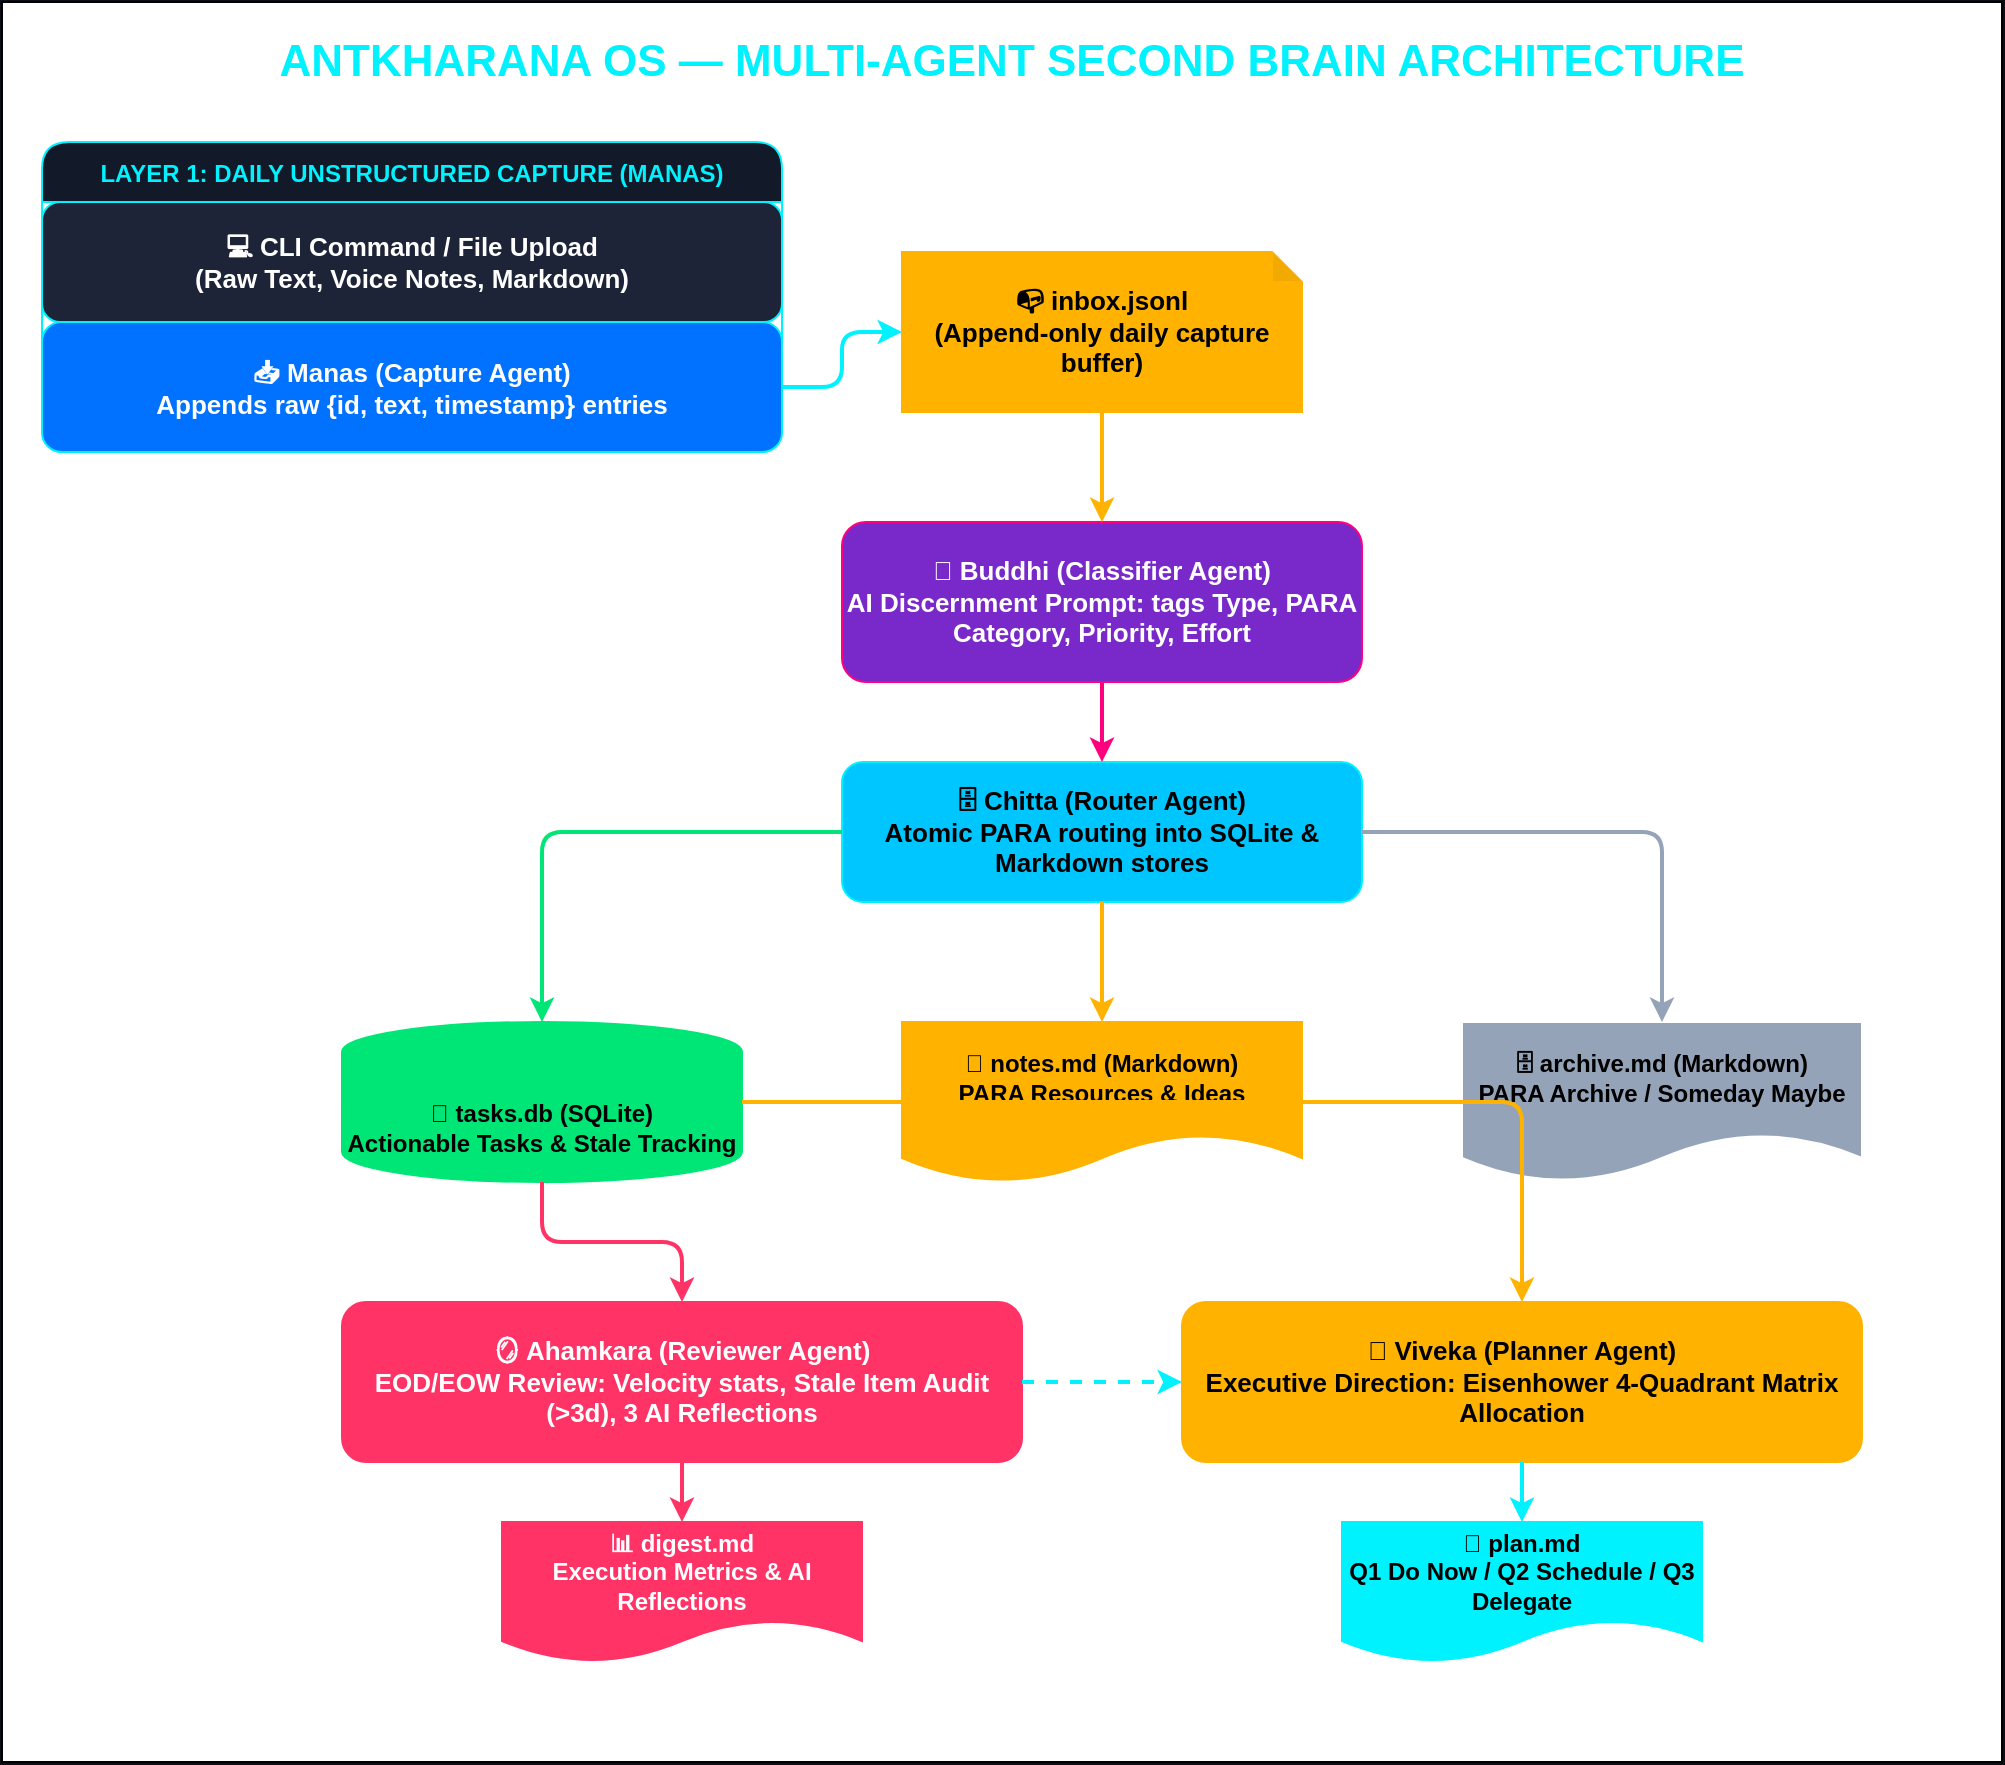
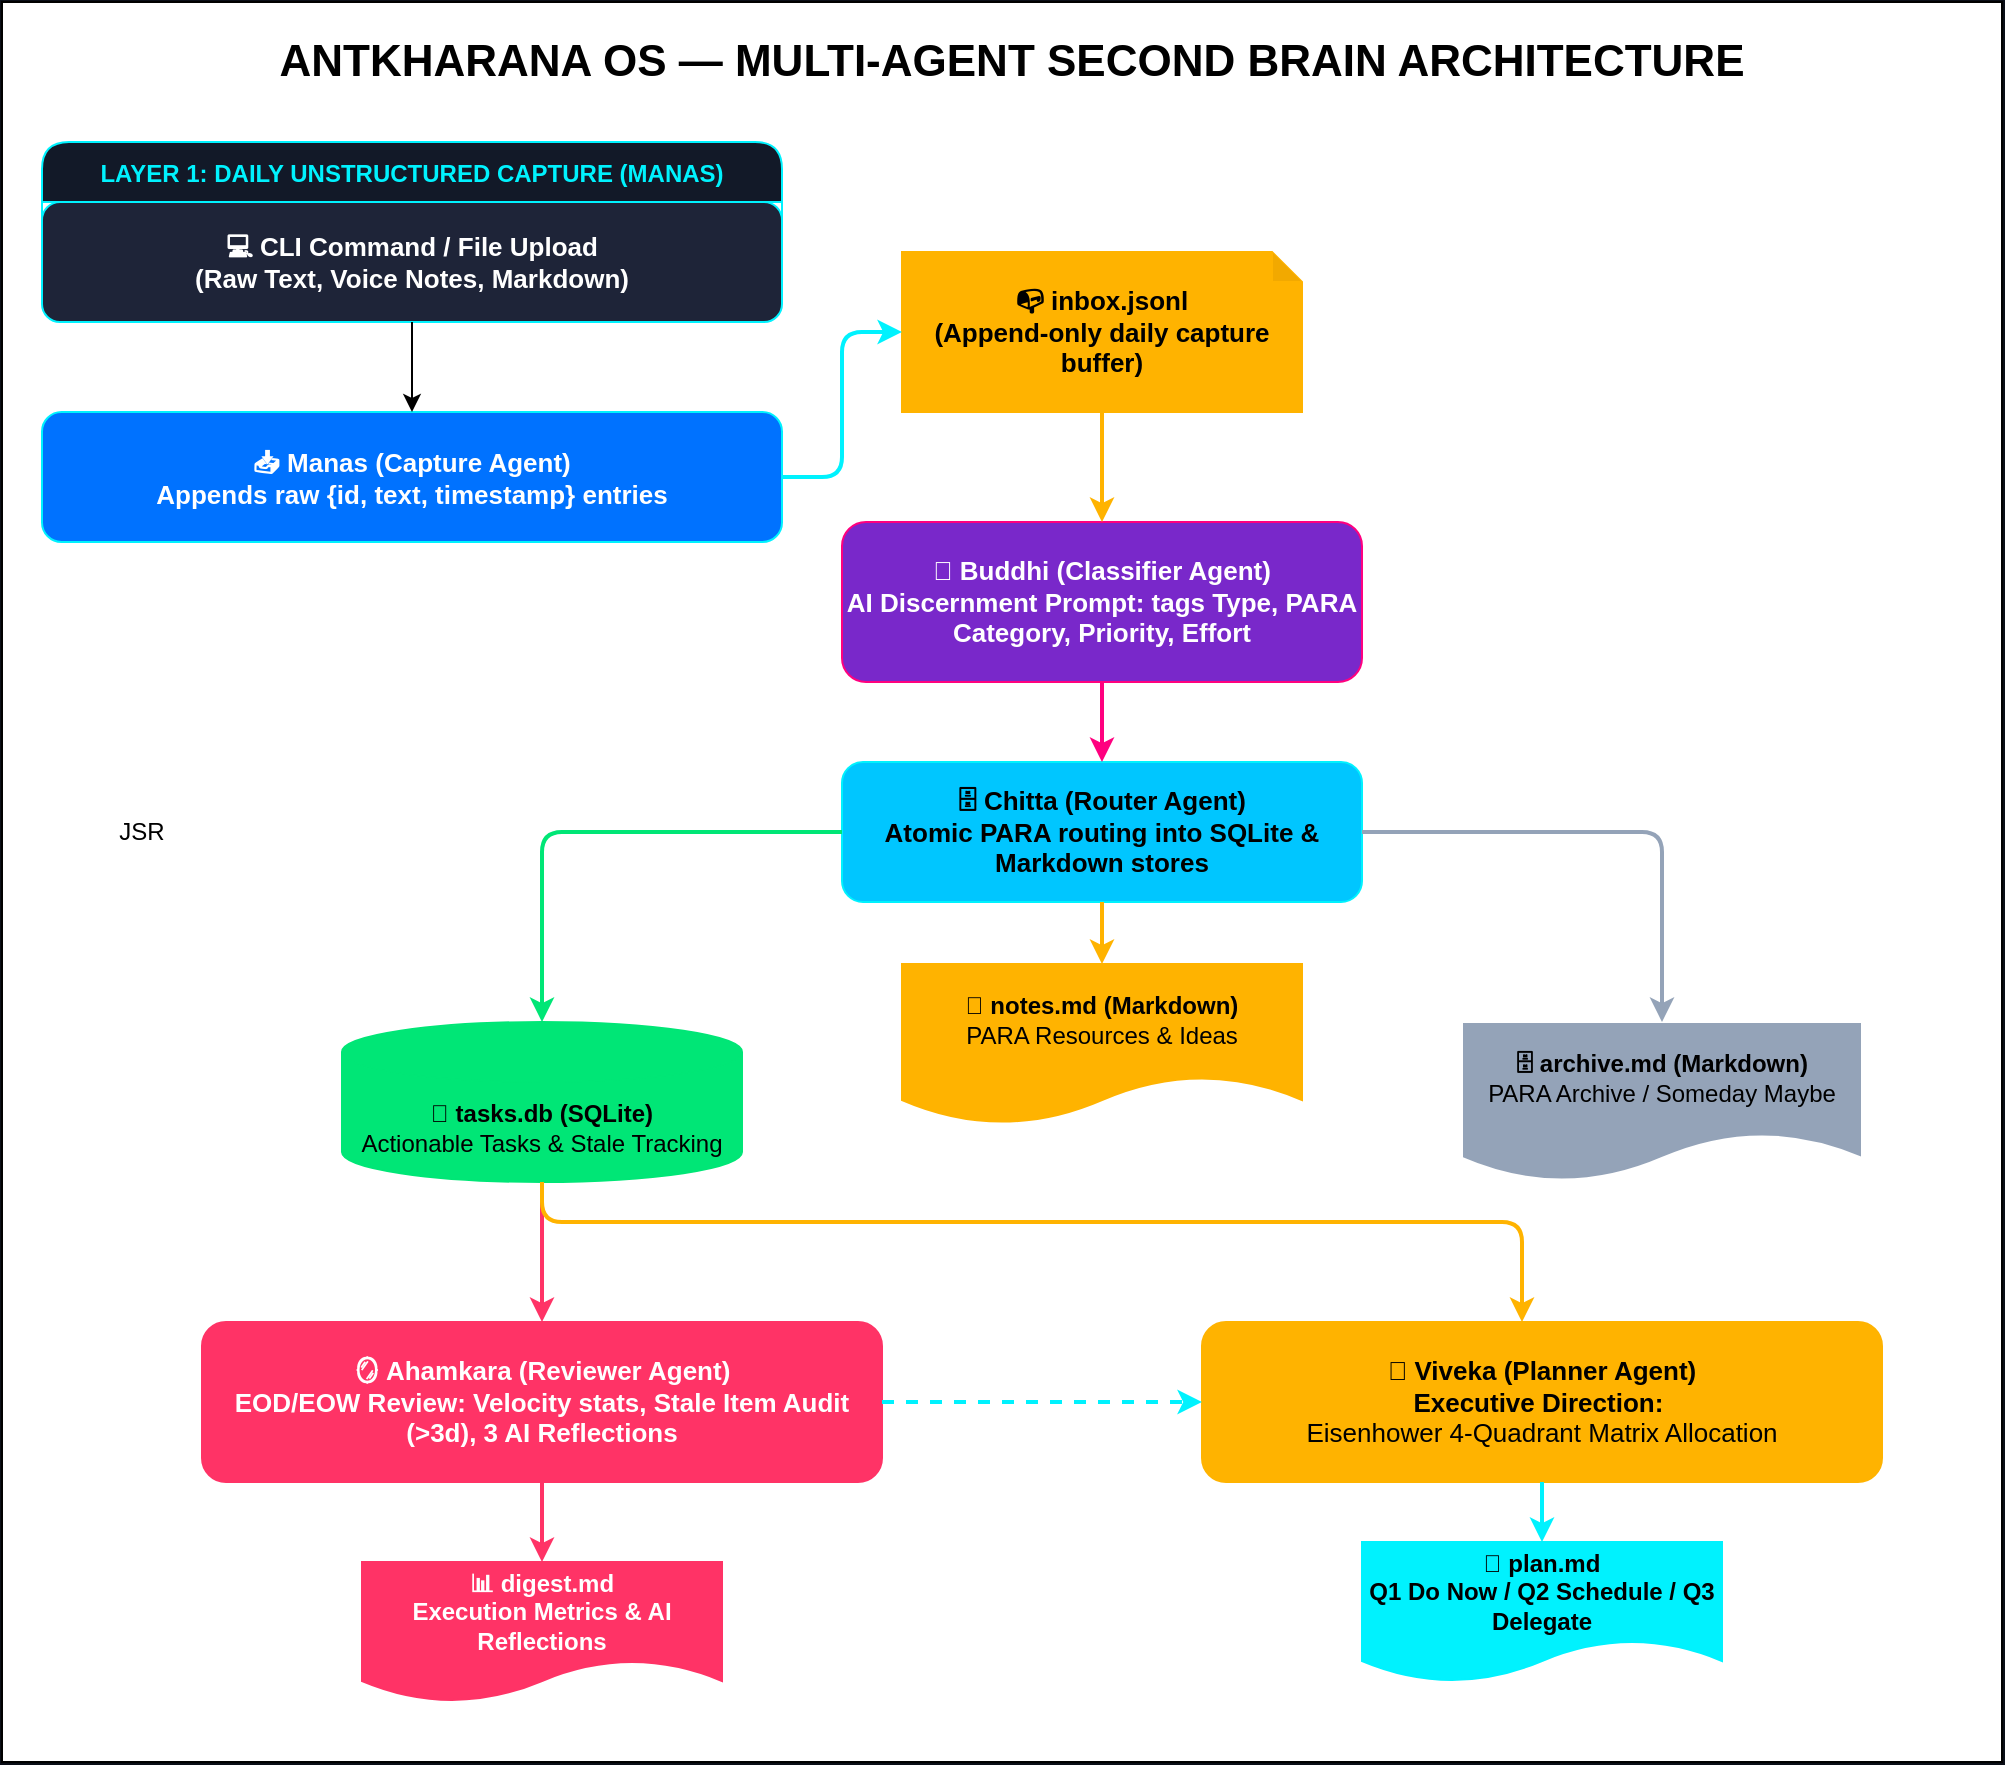
<mxfile host="Electron" agent="Mozilla/5.0 (Windows NT 10.0; Win64; x64) AppleWebKit/537.36 (KHTML, like Gecko) draw.io/29.6.6 Chrome/144.0.7559.236 Electron/40.8.4 Safari/537.36" version="29.6.6" pages="2">
  <diagram id="antahkarana-arch" name="Antahkarana OS Architecture">
-     <mxGraphModel dx="2778" dy="989" grid="1" gridSize="10" guides="1" tooltips="1" connect="1" arrows="1" fold="1" page="1" pageScale="1" pageWidth="1100" pageHeight="850" background="#0A0E17" math="0" shadow="0">
+     <mxGraphModel dx="2396" dy="765" grid="1" gridSize="10" guides="1" tooltips="1" connect="1" arrows="1" fold="1" page="1" pageScale="1" pageWidth="1100" pageHeight="850" background="#0A0E17" math="0" shadow="0">
      <root>
        <mxCell id="0" />
        <mxCell id="1" parent="0" />
        <mxCell id="qKIEYmAijlH-G3ZelBZ_-1" parent="1" style="rounded=0;whiteSpace=wrap;html=1;" value="" vertex="1">
          <mxGeometry height="880" width="1000" x="-50" y="10" as="geometry" />
        </mxCell>
-         <mxCell id="title" parent="1" style="text;html=1;strokeColor=none;fillColor=none;align=center;verticalAlign=middle;whiteSpace=wrap;rounded=0;fontSize=22;fontStyle=1;fontColor=#00F2FE;" value="ANTKHARANA OS — MULTI-AGENT SECOND BRAIN ARCHITECTURE" vertex="1">
+         <mxCell id="title" parent="1" style="text;html=1;strokeColor=none;fillColor=none;align=center;verticalAlign=middle;whiteSpace=wrap;rounded=0;fontSize=22;fontStyle=1;fontColor=#00F2FE;" value="&lt;font style=&quot;color: rgb(0, 0, 0);&quot;&gt;ANTKHARANA OS — MULTI-AGENT SECOND BRAIN ARCHITECTURE&lt;/font&gt;" vertex="1">
          <mxGeometry height="40" width="890" x="10" y="20" as="geometry" />
        </mxCell>
        <mxCell id="layer1" parent="1" style="swimlane;fontStyle=1;childLayout=stackLayout;horizontal=1;startSize=30;horizontalStack=0;resizeParent=1;resizeParentMax=0;resizeLast=0;collapsible=0;marginBottom=0;fillColor=#121928;strokeColor=#00F2FE;fontColor=#00F2FE;rounded=1;" value="LAYER 1: DAILY UNSTRUCTURED CAPTURE (MANAS)" vertex="1">
-           <mxGeometry height="155" width="370" x="-30" y="80" as="geometry" />
+           <mxGeometry height="90" width="370" x="-30" y="80" as="geometry" />
        </mxCell>
        <mxCell id="input_cli" parent="layer1" style="rounded=1;whiteSpace=wrap;html=1;fillColor=#1E2438;strokeColor=#00F2FE;fontColor=#FFFFFF;fontSize=13;fontStyle=1;" value="💻 CLI Command / File Upload&#xa;(Raw Text, Voice Notes, Markdown)" vertex="1">
          <mxGeometry height="60" width="370" y="30" as="geometry" />
        </mxCell>
-         <mxCell id="agent_manas" parent="layer1" style="rounded=1;whiteSpace=wrap;html=1;fillColor=#0072FF;strokeColor=#00F2FE;fontColor=#FFFFFF;fontSize=13;fontStyle=1;" value="📥 Manas (Capture Agent)&#xa;Appends raw {id, text, timestamp} entries" vertex="1">
-           <mxGeometry height="65" width="370" y="90" as="geometry" />
-         </mxCell>
        <mxCell id="inbox_store" parent="1" style="shape=note;whiteSpace=wrap;html=1;backgroundOutline=1;darkOpacity=0.05;fillColor=#FFB300;strokeColor=#FFB300;fontColor=#000000;fontSize=13;fontStyle=1;size=15;" value="📭 inbox.jsonl&#xa;(Append-only daily capture buffer)" vertex="1">
          <mxGeometry height="80" width="200" x="400" y="135" as="geometry" />
        </mxCell>
        <mxCell id="agent_buddhi" parent="1" style="rounded=1;whiteSpace=wrap;html=1;fillColor=#7928CA;strokeColor=#FF007F;fontColor=#FFFFFF;fontSize=13;fontStyle=1;" value="🧠 Buddhi (Classifier Agent)&#xa;AI Discernment Prompt: tags Type, PARA Category, Priority, Effort" vertex="1">
          <mxGeometry height="80" width="260" x="370" y="270" as="geometry" />
        </mxCell>
        <mxCell id="agent_chitta" parent="1" style="rounded=1;whiteSpace=wrap;html=1;fillColor=#00C6FF;strokeColor=#00F2FE;fontColor=#000000;fontSize=13;fontStyle=1;" value="🗄️ Chitta (Router Agent)&#xa;Atomic PARA routing into SQLite &amp; Markdown stores" vertex="1">
          <mxGeometry height="70" width="260" x="370" y="390" as="geometry" />
        </mxCell>
-         <mxCell id="store_tasks" parent="1" style="shape=cylinder3;whiteSpace=wrap;html=1;boundedLbl=1;backgroundOutline=1;size=15;fillColor=#00E676;strokeColor=#00E676;fontColor=#000000;fontSize=12;fontStyle=1;" value="📁 tasks.db (SQLite)&#xa;Actionable Tasks &amp; Stale Tracking" vertex="1">
+         <mxCell id="store_tasks" parent="1" style="shape=cylinder3;whiteSpace=wrap;html=1;boundedLbl=1;backgroundOutline=1;size=15;fillColor=#00E676;strokeColor=#00E676;fontColor=#000000;fontSize=12;fontStyle=1;" value="📁 tasks.db (SQLite)&lt;br&gt;&lt;span style=&quot;font-weight: normal;&quot;&gt;Actionable Tasks &amp;amp; Stale Tracking&lt;/span&gt;" vertex="1">
          <mxGeometry height="80" width="200" x="120" y="520" as="geometry" />
        </mxCell>
-         <mxCell id="store_notes" parent="1" style="shape=document;whiteSpace=wrap;html=1;boundedLbl=1;fillColor=#FFB300;strokeColor=#FFB300;fontColor=#000000;fontSize=12;fontStyle=1;" value="📓 notes.md (Markdown)&#xa;PARA Resources &amp; Ideas" vertex="1">
-           <mxGeometry height="80" width="200" x="400" y="520" as="geometry" />
-         </mxCell>
-         <mxCell id="store_archive" parent="1" style="shape=document;whiteSpace=wrap;html=1;boundedLbl=1;fillColor=#94A3B8;strokeColor=#FFFFFF;fontColor=#000000;fontSize=12;fontStyle=1;" value="🗄️ archive.md (Markdown)&#xa;PARA Archive / Someday Maybe" vertex="1">
+         <mxCell id="store_notes" parent="1" style="shape=document;whiteSpace=wrap;html=1;boundedLbl=1;fillColor=#FFB300;strokeColor=#FFB300;fontColor=#000000;fontSize=12;fontStyle=1;" value="📓 notes.md (Markdown)&lt;br&gt;&lt;span style=&quot;font-weight: normal;&quot;&gt;PARA Resources &amp;amp; Ideas&lt;/span&gt;" vertex="1">
+           <mxGeometry height="80" width="200" x="400" y="491" as="geometry" />
+         </mxCell>
+         <mxCell id="store_archive" parent="1" style="shape=document;whiteSpace=wrap;html=1;boundedLbl=1;fillColor=#94A3B8;strokeColor=#FFFFFF;fontColor=#000000;fontSize=12;fontStyle=1;" value="🗄️ archive.md (Markdown)&lt;br&gt;&lt;span style=&quot;font-weight: normal;&quot;&gt;PARA Archive / Someday Maybe&lt;/span&gt;" vertex="1">
          <mxGeometry height="80" width="200" x="680" y="520" as="geometry" />
        </mxCell>
        <mxCell id="agent_ahamkara" parent="1" style="rounded=1;whiteSpace=wrap;html=1;fillColor=#FF3366;strokeColor=#FF3366;fontColor=#FFFFFF;fontSize=13;fontStyle=1;" value="🪞 Ahamkara (Reviewer Agent)&#xa;EOD/EOW Review: Velocity stats, Stale Item Audit (&gt;3d), 3 AI Reflections" vertex="1">
-           <mxGeometry height="80" width="340" x="120" y="660" as="geometry" />
-         </mxCell>
-         <mxCell id="agent_viveka" parent="1" style="rounded=1;whiteSpace=wrap;html=1;fillColor=#FFB300;strokeColor=#FFB300;fontColor=#000000;fontSize=13;fontStyle=1;" value="🎯 Viveka (Planner Agent)&#xa;Executive Direction: Eisenhower 4-Quadrant Matrix Allocation" vertex="1">
-           <mxGeometry height="80" width="340" x="540" y="660" as="geometry" />
+           <mxGeometry height="80" width="340" x="50" y="670" as="geometry" />
+         </mxCell>
+         <mxCell id="agent_viveka" parent="1" style="rounded=1;whiteSpace=wrap;html=1;fillColor=#FFB300;strokeColor=#FFB300;fontColor=#000000;fontSize=13;fontStyle=1;" value="🎯 Viveka (Planner Agent)&lt;br&gt;Executive Direction:&amp;nbsp;&lt;div&gt;&lt;span style=&quot;font-weight: normal;&quot;&gt;Eisenhower 4-Quadrant Matrix Allocation&lt;/span&gt;&lt;/div&gt;" vertex="1">
+           <mxGeometry height="80" width="340" x="550" y="670" as="geometry" />
        </mxCell>
        <mxCell id="out_digest" parent="1" style="shape=document;whiteSpace=wrap;html=1;boundedLbl=1;fillColor=#FF3366;strokeColor=#FF3366;fontColor=#FFFFFF;fontSize=12;fontStyle=1;" value="📊 digest.md&#xa;Execution Metrics &amp; AI Reflections" vertex="1">
-           <mxGeometry height="70" width="180" x="200" y="770" as="geometry" />
+           <mxGeometry height="70" width="180" x="130" y="790" as="geometry" />
        </mxCell>
        <mxCell id="out_plan" parent="1" style="shape=document;whiteSpace=wrap;html=1;boundedLbl=1;fillColor=#00F2FE;strokeColor=#00F2FE;fontColor=#000000;fontSize=12;fontStyle=1;" value="🎯 plan.md&#xa;Q1 Do Now / Q2 Schedule / Q3 Delegate" vertex="1">
-           <mxGeometry height="70" width="180" x="620" y="770" as="geometry" />
+           <mxGeometry height="70" width="180" x="630" y="780" as="geometry" />
        </mxCell>
        <mxCell id="arr1" edge="1" parent="1" source="agent_manas" style="edgeStyle=orthogonalEdgeStyle;rounded=1;orthogonalLoop=1;jettySize=auto;html=1;strokeColor=#00F2FE;strokeWidth=2;" target="inbox_store">
          <mxGeometry relative="1" as="geometry" />
        </mxCell>
        <mxCell id="arr2" edge="1" parent="1" source="inbox_store" style="edgeStyle=orthogonalEdgeStyle;rounded=1;orthogonalLoop=1;jettySize=auto;html=1;strokeColor=#FFB300;strokeWidth=2;" target="agent_buddhi">
          <mxGeometry relative="1" as="geometry" />
        </mxCell>
        <mxCell id="arr3" edge="1" parent="1" source="agent_buddhi" style="edgeStyle=orthogonalEdgeStyle;rounded=1;orthogonalLoop=1;jettySize=auto;html=1;strokeColor=#FF007F;strokeWidth=2;" target="agent_chitta">
          <mxGeometry relative="1" as="geometry" />
        </mxCell>
        <mxCell id="arr4" edge="1" parent="1" source="agent_chitta" style="edgeStyle=orthogonalEdgeStyle;rounded=1;orthogonalLoop=1;jettySize=auto;html=1;strokeColor=#00E676;strokeWidth=2;" target="store_tasks">
          <mxGeometry relative="1" as="geometry" />
        </mxCell>
        <mxCell id="arr5" edge="1" parent="1" source="agent_chitta" style="edgeStyle=orthogonalEdgeStyle;rounded=1;orthogonalLoop=1;jettySize=auto;html=1;strokeColor=#FFB300;strokeWidth=2;" target="store_notes">
          <mxGeometry relative="1" as="geometry" />
        </mxCell>
        <mxCell id="arr6" edge="1" parent="1" source="agent_chitta" style="edgeStyle=orthogonalEdgeStyle;rounded=1;orthogonalLoop=1;jettySize=auto;html=1;strokeColor=#94A3B8;strokeWidth=2;" target="store_archive">
          <mxGeometry relative="1" as="geometry" />
        </mxCell>
        <mxCell id="arr7" edge="1" parent="1" source="store_tasks" style="edgeStyle=orthogonalEdgeStyle;rounded=1;orthogonalLoop=1;jettySize=auto;html=1;strokeColor=#FF3366;strokeWidth=2;" target="agent_ahamkara">
          <mxGeometry relative="1" as="geometry" />
        </mxCell>
        <mxCell id="arr8" edge="1" parent="1" source="store_tasks" style="edgeStyle=orthogonalEdgeStyle;rounded=1;orthogonalLoop=1;jettySize=auto;html=1;strokeColor=#FFB300;strokeWidth=2;" target="agent_viveka">
-           <mxGeometry relative="1" as="geometry" />
+           <mxGeometry relative="1" as="geometry">
+             <Array as="points">
+               <mxPoint x="220" y="620" />
+               <mxPoint x="710" y="620" />
+             </Array>
+           </mxGeometry>
        </mxCell>
        <mxCell id="arr9" edge="1" parent="1" source="agent_ahamkara" style="edgeStyle=orthogonalEdgeStyle;rounded=1;orthogonalLoop=1;jettySize=auto;html=1;strokeColor=#FF3366;strokeWidth=2;" target="out_digest">
          <mxGeometry relative="1" as="geometry" />
        </mxCell>
        <mxCell id="arr10" edge="1" parent="1" source="agent_ahamkara" style="edgeStyle=orthogonalEdgeStyle;rounded=1;orthogonalLoop=1;jettySize=auto;html=1;strokeColor=#00F2FE;strokeWidth=2;dashed=1;" target="agent_viveka">
          <mxGeometry relative="1" as="geometry" />
        </mxCell>
        <mxCell id="arr11" edge="1" parent="1" source="agent_viveka" style="edgeStyle=orthogonalEdgeStyle;rounded=1;orthogonalLoop=1;jettySize=auto;html=1;strokeColor=#00F2FE;strokeWidth=2;" target="out_plan">
          <mxGeometry relative="1" as="geometry" />
        </mxCell>
        <mxCell id="mLVOFn_Hw9eSrRbG6toE-1" parent="1" style="text;html=1;whiteSpace=wrap;strokeColor=none;fillColor=none;align=center;verticalAlign=middle;rounded=0;" value="&lt;font style=&quot;color: rgb(255, 255, 255);&quot;&gt;&lt;b&gt;JSR&lt;/b&gt;&lt;/font&gt;" vertex="1">
          <mxGeometry height="120" width="130" x="780" y="730" as="geometry" />
+         </mxCell>
+         <mxCell id="agent_manas" parent="1" style="rounded=1;whiteSpace=wrap;html=1;fillColor=#0072FF;strokeColor=#00F2FE;fontColor=#FFFFFF;fontSize=13;fontStyle=1;" value="📥 Manas (Capture Agent)&#xa;Appends raw {id, text, timestamp} entries" vertex="1">
+           <mxGeometry height="65" width="370" x="-30" y="215" as="geometry" />
+         </mxCell>
+         <mxCell id="6JbVNoW5ESltE9ptHGrG-1" edge="1" parent="1" source="input_cli" style="edgeStyle=orthogonalEdgeStyle;rounded=0;orthogonalLoop=1;jettySize=auto;html=1;entryX=0.5;entryY=0;entryDx=0;entryDy=0;" target="agent_manas">
+           <mxGeometry relative="1" as="geometry" />
+         </mxCell>
+         <mxCell id="6JbVNoW5ESltE9ptHGrG-2" parent="1" style="text;html=1;whiteSpace=wrap;strokeColor=none;fillColor=none;align=center;verticalAlign=middle;rounded=0;" value="JSR" vertex="1">
+           <mxGeometry height="30" width="60" x="-10" y="410" as="geometry" />
        </mxCell>
      </root>
    </mxGraphModel>
  </diagram>
  <diagram id="i-UKgxUttGx3O23_PJAu" name="Page-2">
    <mxGraphModel dx="2037" dy="1201" grid="1" gridSize="10" guides="1" tooltips="1" connect="1" arrows="1" fold="1" page="1" pageScale="1" pageWidth="850" pageHeight="1100" math="0" shadow="0">
      <root>
        <mxCell id="0" />
        <mxCell id="1" parent="0" />
        <mxCell id="8HoQXitDo36-nfQqp3N9-1" parent="1" style="whiteSpace=wrap;strokeWidth=2;fillColor=light-dark(#eeeeee,#1f2020);strokeColor=light-dark(#999999,#cccccc);fontColor=light-dark(#333333,#cccccc);" value="Reflection &amp; Planning Ahamkara &amp; Viveka" vertex="1">
          <mxGeometry height="560" width="442" x="20" y="782" as="geometry" />
        </mxCell>
        <mxCell id="8HoQXitDo36-nfQqp3N9-2" parent="1" style="whiteSpace=wrap;strokeWidth=2;fillColor=light-dark(#eeeeee,#1f2020);strokeColor=light-dark(#999999,#cccccc);fontColor=light-dark(#333333,#cccccc);" value="Memory &amp; Routing Chitta" vertex="1">
          <mxGeometry height="128" width="857" x="113" y="580" as="geometry" />
        </mxCell>
        <mxCell id="8HoQXitDo36-nfQqp3N9-3" parent="1" style="whiteSpace=wrap;strokeWidth=2;fillColor=light-dark(#eeeeee,#1f2020);strokeColor=light-dark(#999999,#cccccc);fontColor=light-dark(#333333,#cccccc);" value="Capture &amp; Discernment" vertex="1">
          <mxGeometry height="486" width="607" x="224" y="20" as="geometry" />
        </mxCell>
        <mxCell id="8HoQXitDo36-nfQqp3N9-4" parent="1" style="whiteSpace=wrap;strokeWidth=2;fillColor=light-dark(#eeeeee,#1f2020);strokeColor=light-dark(#999999,#cccccc);fontColor=light-dark(#333333,#cccccc);" value="Raw Input: CLI / Web / Voice" vertex="1">
          <mxGeometry height="78" width="260" x="382" y="45" as="geometry" />
        </mxCell>
        <mxCell id="8HoQXitDo36-nfQqp3N9-5" parent="1" style="shape=cylinder3;boundedLbl=1;backgroundOutline=1;size=10;strokeWidth=2;whiteSpace=wrap;fillColor=light-dark(#eeeeee,#1f2020);strokeColor=light-dark(#999999,#cccccc);fontColor=light-dark(#333333,#cccccc);" value="inbox.jsonl" vertex="1">
          <mxGeometry height="71" width="94" x="465" y="197" as="geometry" />
        </mxCell>
        <mxCell id="8HoQXitDo36-nfQqp3N9-6" parent="1" style="rhombus;strokeWidth=2;whiteSpace=wrap;fillColor=light-dark(#eeeeee,#1f2020);strokeColor=light-dark(#999999,#cccccc);fontColor=light-dark(#333333,#cccccc);" value="AI Classifier" vertex="1">
          <mxGeometry height="138" width="138" x="443" y="342" as="geometry" />
        </mxCell>
        <mxCell id="8HoQXitDo36-nfQqp3N9-7" parent="1" style="shape=cylinder3;boundedLbl=1;backgroundOutline=1;size=10;strokeWidth=2;whiteSpace=wrap;fillColor=light-dark(#eeeeee,#1f2020);strokeColor=light-dark(#999999,#cccccc);fontColor=light-dark(#333333,#cccccc);" value="tasks.db - SQLite" vertex="1">
          <mxGeometry height="78" width="136" x="199" y="605" as="geometry" />
        </mxCell>
        <mxCell id="8HoQXitDo36-nfQqp3N9-8" parent="1" style="whiteSpace=wrap;strokeWidth=2;fillColor=light-dark(#eeeeee,#1f2020);strokeColor=light-dark(#999999,#cccccc);fontColor=light-dark(#333333,#cccccc);" value="notes.md - PARA Resources" vertex="1">
          <mxGeometry height="54" width="252" x="386" y="617" as="geometry" />
        </mxCell>
        <mxCell id="8HoQXitDo36-nfQqp3N9-9" parent="1" style="whiteSpace=wrap;strokeWidth=2;fillColor=light-dark(#eeeeee,#1f2020);strokeColor=light-dark(#999999,#cccccc);fontColor=light-dark(#333333,#cccccc);" value="archive.md - PARA Archive" vertex="1">
          <mxGeometry height="54" width="248" x="688" y="617" as="geometry" />
        </mxCell>
        <mxCell id="8HoQXitDo36-nfQqp3N9-10" parent="1" style="whiteSpace=wrap;strokeWidth=2;fillColor=light-dark(#eeeeee,#1f2020);strokeColor=light-dark(#999999,#cccccc);fontColor=light-dark(#333333,#cccccc);" value="Ahamkara Reviewer Agent" vertex="1">
          <mxGeometry height="54" width="246" x="62" y="807" as="geometry" />
        </mxCell>
        <mxCell id="8HoQXitDo36-nfQqp3N9-11" parent="1" style="whiteSpace=wrap;strokeWidth=2;fillColor=light-dark(#eeeeee,#1f2020);strokeColor=light-dark(#999999,#cccccc);fontColor=light-dark(#333333,#cccccc);" value="digest.md: Metrics &amp; 3 Reflections" vertex="1">
          <mxGeometry height="78" width="260" x="55" y="935" as="geometry" />
        </mxCell>
        <mxCell id="8HoQXitDo36-nfQqp3N9-12" parent="1" style="whiteSpace=wrap;strokeWidth=2;fillColor=light-dark(#eeeeee,#1f2020);strokeColor=light-dark(#999999,#cccccc);fontColor=light-dark(#333333,#cccccc);" value="Viveka Planner Agent" vertex="1">
          <mxGeometry height="54" width="211" x="162" y="1087" as="geometry" />
        </mxCell>
        <mxCell id="8HoQXitDo36-nfQqp3N9-13" parent="1" style="whiteSpace=wrap;strokeWidth=2;fillColor=light-dark(#eeeeee,#1f2020);strokeColor=light-dark(#999999,#cccccc);fontColor=light-dark(#333333,#cccccc);" value="plan.md: Q1 Do Now / Q2 Schedule / Q3 Delegate / Q4 Eliminate" vertex="1">
          <mxGeometry height="102" width="260" x="138" y="1215" as="geometry" />
        </mxCell>
        <mxCell id="8HoQXitDo36-nfQqp3N9-14" edge="1" parent="1" source="8HoQXitDo36-nfQqp3N9-4" style="curved=1;startArrow=none;endArrow=block;exitX=0.5;exitY=1;entryX=0.5;entryY=0;rounded=0;" target="8HoQXitDo36-nfQqp3N9-5" value="Manas Agent">
          <mxGeometry relative="1" as="geometry">
            <Array as="points" />
          </mxGeometry>
        </mxCell>
        <mxCell id="8HoQXitDo36-nfQqp3N9-15" edge="1" parent="1" source="8HoQXitDo36-nfQqp3N9-5" style="curved=1;startArrow=none;endArrow=block;exitX=0.5;exitY=1;entryX=0.5;entryY=0;rounded=0;" target="8HoQXitDo36-nfQqp3N9-6" value="Buddhi Agent">
          <mxGeometry relative="1" as="geometry">
            <Array as="points" />
          </mxGeometry>
        </mxCell>
        <mxCell id="8HoQXitDo36-nfQqp3N9-16" edge="1" parent="1" source="8HoQXitDo36-nfQqp3N9-6" style="curved=1;startArrow=none;endArrow=block;exitX=0;exitY=0.7;entryX=0.5;entryY=-0.01;rounded=0;" target="8HoQXitDo36-nfQqp3N9-7" value="Actionable">
          <mxGeometry relative="1" as="geometry">
            <Array as="points">
              <mxPoint x="268" y="506" />
            </Array>
          </mxGeometry>
        </mxCell>
        <mxCell id="8HoQXitDo36-nfQqp3N9-17" edge="1" parent="1" source="8HoQXitDo36-nfQqp3N9-6" style="curved=1;startArrow=none;endArrow=block;exitX=0.5;exitY=1;entryX=0.5;entryY=-0.01;rounded=0;" target="8HoQXitDo36-nfQqp3N9-8" value="Reference / Idea">
          <mxGeometry relative="1" as="geometry">
            <Array as="points" />
          </mxGeometry>
        </mxCell>
        <mxCell id="8HoQXitDo36-nfQqp3N9-18" edge="1" parent="1" source="8HoQXitDo36-nfQqp3N9-6" style="curved=1;startArrow=none;endArrow=block;exitX=1;exitY=0.66;entryX=0.5;entryY=-0.01;rounded=0;" target="8HoQXitDo36-nfQqp3N9-9" value="Someday">
          <mxGeometry relative="1" as="geometry">
            <Array as="points">
              <mxPoint x="812" y="506" />
            </Array>
          </mxGeometry>
        </mxCell>
        <mxCell id="8HoQXitDo36-nfQqp3N9-19" edge="1" parent="1" source="8HoQXitDo36-nfQqp3N9-7" style="curved=1;startArrow=none;endArrow=block;exitX=0.13;exitY=1;entryX=0.5;entryY=-0.01;rounded=0;" target="8HoQXitDo36-nfQqp3N9-10" value="EOD/EOW Trigger">
          <mxGeometry relative="1" as="geometry">
            <Array as="points">
              <mxPoint x="185" y="708" />
            </Array>
          </mxGeometry>
        </mxCell>
        <mxCell id="8HoQXitDo36-nfQqp3N9-20" edge="1" parent="1" source="8HoQXitDo36-nfQqp3N9-10" style="curved=1;startArrow=none;endArrow=block;exitX=0.5;exitY=0.99;entryX=0.5;entryY=0;rounded=0;" target="8HoQXitDo36-nfQqp3N9-11" value="Stale Audit &gt;3 Days">
          <mxGeometry relative="1" as="geometry">
            <Array as="points" />
          </mxGeometry>
        </mxCell>
        <mxCell id="8HoQXitDo36-nfQqp3N9-21" edge="1" parent="1" source="8HoQXitDo36-nfQqp3N9-11" style="curved=1;startArrow=none;endArrow=block;exitX=0.5;exitY=1;entryX=0.34;entryY=-0.01;rounded=0;" target="8HoQXitDo36-nfQqp3N9-12" value="Context">
          <mxGeometry relative="1" as="geometry">
            <Array as="points">
              <mxPoint x="185" y="1050" />
            </Array>
          </mxGeometry>
        </mxCell>
        <mxCell id="8HoQXitDo36-nfQqp3N9-22" edge="1" parent="1" source="8HoQXitDo36-nfQqp3N9-7" style="curved=1;startArrow=none;endArrow=block;exitX=0.87;exitY=1;entryX=0.66;entryY=-0.01;rounded=0;" target="8HoQXitDo36-nfQqp3N9-12" value="Open Tasks">
          <mxGeometry relative="1" as="geometry">
            <Array as="points">
              <mxPoint x="350" y="708" />
              <mxPoint x="350" y="1050" />
            </Array>
          </mxGeometry>
        </mxCell>
        <mxCell id="8HoQXitDo36-nfQqp3N9-23" edge="1" parent="1" source="8HoQXitDo36-nfQqp3N9-12" style="curved=1;startArrow=none;endArrow=block;exitX=0.5;exitY=0.99;entryX=0.5;entryY=0;rounded=0;" target="8HoQXitDo36-nfQqp3N9-13" value="Eisenhower Split">
          <mxGeometry relative="1" as="geometry">
            <Array as="points" />
          </mxGeometry>
        </mxCell>
        <mxCell id="5d-wLK9I6QLj1xdPnEIN-1" parent="1" style="text;html=1;whiteSpace=wrap;strokeColor=none;fillColor=none;align=center;verticalAlign=middle;rounded=0;fontColor=#000000;" value="&lt;font style=&quot;&quot;&gt;&lt;b&gt;JSR&lt;/b&gt;&lt;/font&gt;" vertex="1">
          <mxGeometry height="120" width="130" x="860" y="700" as="geometry" />
        </mxCell>
      </root>
    </mxGraphModel>
  </diagram>
</mxfile>
